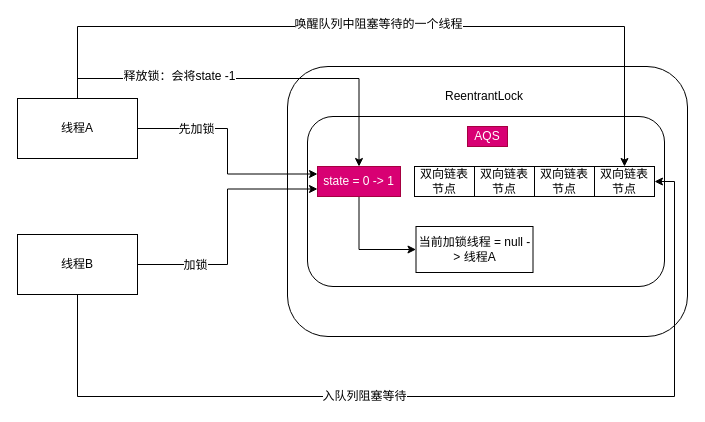
chenshuai1995/a-imgs keeps this draw.io diagram as 并发编程/08_AQS.drawio. Above is the earlier version. Source tidied: cells renumbered, new cells numbered last; positions are measured from the earlier drawing's top-left corner, leaving out a move shared by most shapes. Both pictures are drawn from the tidied source at 100%, with x=0, y=0 at pixel (17, 26).
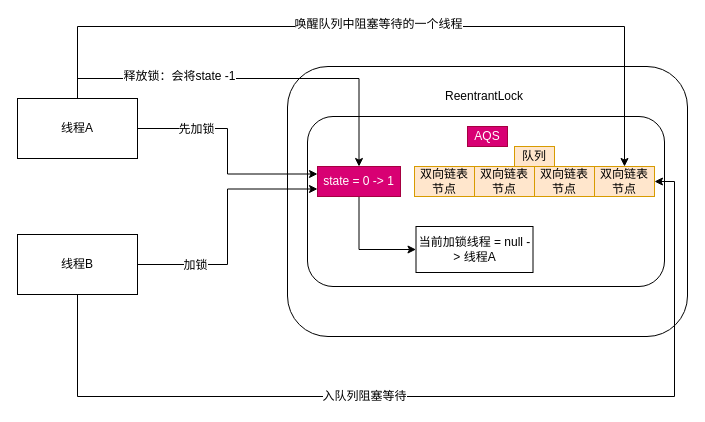
The same diagram, later.

The edit, as a diff of the source:
```diff
@@
-    <mxCell id="8" value="双向链表节点" style="rounded=0;whiteSpace=wrap;html=1;" parent="1" vertex="1">
+    <mxCell id="8" value="双向链表节点" style="rounded=0;whiteSpace=wrap;html=1;fillColor=#ffe6cc;strokeColor=#d79b00;" parent="1" vertex="1">
       <mxGeometry x="397" y="140" width="60" height="30" as="geometry" />
     </mxCell>
-    <mxCell id="9" value="双向链表节点" style="rounded=0;whiteSpace=wrap;html=1;" parent="1" vertex="1">
+    <mxCell id="9" value="双向链表节点" style="rounded=0;whiteSpace=wrap;html=1;fillColor=#ffe6cc;strokeColor=#d79b00;" parent="1" vertex="1">
       <mxGeometry x="457" y="140" width="60" height="30" as="geometry" />
     </mxCell>
-    <mxCell id="10" value="双向链表节点" style="rounded=0;whiteSpace=wrap;html=1;" parent="1" vertex="1">
+    <mxCell id="10" value="双向链表节点" style="rounded=0;whiteSpace=wrap;html=1;fillColor=#ffe6cc;strokeColor=#d79b00;" parent="1" vertex="1">
       <mxGeometry x="517" y="140" width="60" height="30" as="geometry" />
     </mxCell>
-    <mxCell id="11" value="双向链表节点" style="rounded=0;whiteSpace=wrap;html=1;" parent="1" vertex="1">
+    <mxCell id="11" value="双向链表节点" style="rounded=0;whiteSpace=wrap;html=1;fillColor=#ffe6cc;strokeColor=#d79b00;" parent="1" vertex="1">
       <mxGeometry x="577" y="140" width="60" height="30" as="geometry" />
     </mxCell>
@@
+    <mxCell id="25" value="队列" style="text;html=1;strokeColor=#d79b00;fillColor=#ffe6cc;align=center;verticalAlign=middle;whiteSpace=wrap;rounded=0;" parent="1" vertex="1">
+      <mxGeometry x="497" y="120" width="40" height="20" as="geometry" />
+    </mxCell>
```
